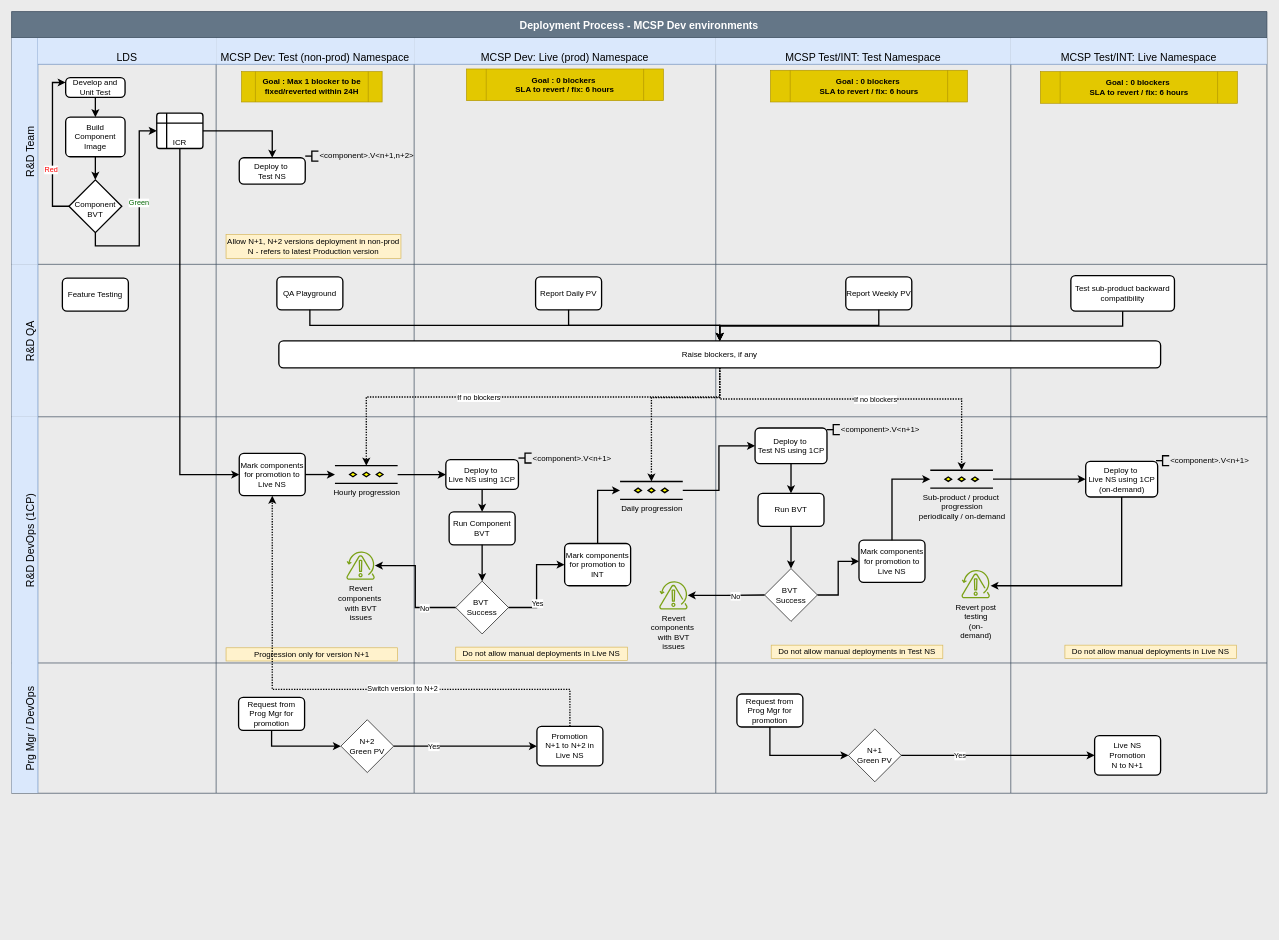
The draw.io diagram page "Dev Env" (1 of 2) of Release process.drawio in prasad-gsk-IBM/myibmrepo-prasad, before the edit. Source tidied: cells renumbered, new cells numbered last; positions are measured from the earlier drawing's top-left corner, leaving out a move shared by most shapes. Both pictures are drawn from the tidied source at 66%, with x=0, y=0 at pixel (11, 11).
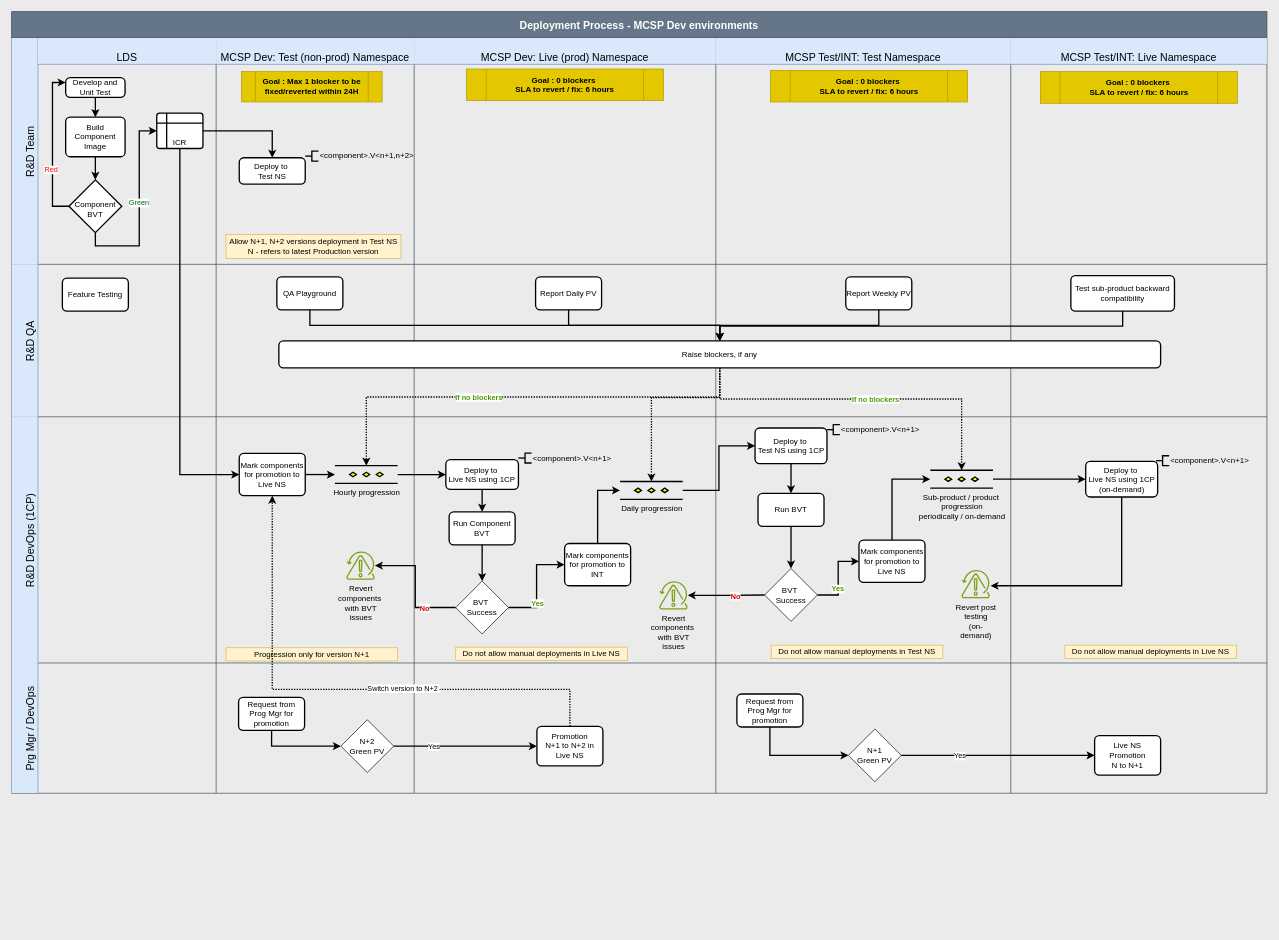
Above is the later version.

The change refers to these unchanged cells:
```xml
<mxCell id="15" value="MCSP Dev: Test (non-prod) Namespace" style="swimlane;swimlaneHead=0;swimlaneBody=0;fontStyle=0;strokeColor=#6c8ebf;fillColor=#dae8fc;startSize=40;fontSize=16;verticalAlign=bottom;" parent="3" vertex="1">
  <mxGeometry x="310" width="300" height="343" as="geometry" />
</mxCell>
<mxCell id="56" style="edgeStyle=orthogonalEdgeStyle;rounded=0;jettySize=auto;html=1;entryX=0;entryY=0.5;entryDx=0;entryDy=0;strokeWidth=2;startArrow=classic;startFill=1;endArrow=none;" parent="50" edge="1" source="61" target="60">
  <mxGeometry relative="1" as="geometry" />
</mxCell>
<mxCell id="64" style="edgeStyle=orthogonalEdgeStyle;rounded=0;jettySize=auto;html=1;exitX=1;exitY=0.5;exitDx=0;exitDy=0;strokeWidth=2;entryX=0;entryY=0.5;entryDx=0;entryDy=0;" parent="50" edge="1" source="60" target="62">
  <mxGeometry relative="1" as="geometry" />
</mxCell>
<mxCell id="68" style="swimlane;swimlaneHead=0;swimlaneBody=0;fontStyle=0;strokeColor=#6c8ebf;fillColor=#dae8fc;startSize=0;fontSize=16;verticalAlign=bottom;" parent="43" vertex="1">
  <mxGeometry x="1067" width="447" height="373" as="geometry" />
</mxCell>
<mxCell id="76" style="edgeStyle=orthogonalEdgeStyle;rounded=0;jettySize=auto;html=1;entryX=0;entryY=0.5;entryDx=0;entryDy=0;strokeWidth=2;exitX=1;exitY=0.5;exitDx=0;exitDy=0;" parent="68" edge="1" source="79" target="81">
  <mxGeometry relative="1" as="geometry" />
</mxCell>
<mxCell id="91" style="edgeStyle=orthogonalEdgeStyle;rounded=0;jettySize=auto;html=1;strokeWidth=2;startArrow=classic;startFill=1;endArrow=none;entryX=0;entryY=0.5;entryDx=0;entryDy=0;" parent="43" edge="1" source="67" target="79">
  <mxGeometry relative="1" as="geometry" />
</mxCell>
<mxCell id="114" style="edgeStyle=orthogonalEdgeStyle;rounded=0;jettySize=auto;html=1;exitX=0.5;exitY=1;exitDx=0;exitDy=0;entryX=0.5;entryY=0;entryDx=0;entryDy=0;strokeWidth=2;dashed=1;dashPattern=1 1;entryPerimeter=0;" parent="2" edge="1" source="37" target="48">
  <mxGeometry relative="1" as="geometry">
    <Array as="points">
      <mxPoint x="1073" y="584" />
      <mxPoint x="537" y="584" />
    </Array>
  </mxGeometry>
</mxCell>
<mxCell id="119" style="edgeStyle=orthogonalEdgeStyle;rounded=0;jettySize=auto;html=1;strokeWidth=2;dashed=1;dashPattern=1 1;exitX=0.5;exitY=1;exitDx=0;exitDy=0;entryX=0.5;entryY=0;entryDx=0;entryDy=0;entryPerimeter=0;" parent="2" edge="1" source="37" target="83">
  <mxGeometry relative="1" as="geometry">
    <Array as="points">
      <mxPoint x="1073" y="587" />
      <mxPoint x="1439" y="587" />
    </Array>
  </mxGeometry>
</mxCell>
```

Change to the diagram source:
```diff
@@
-    <mxCell id="18" value="Allow N+1, N+2 versions deployment in non-prod&lt;div&gt;N - refers to latest Production version&lt;/div&gt;" style="html=1;whiteSpace=wrap;fillColor=#fff2cc;strokeColor=#d6b656;" parent="15" vertex="1">
+    <mxCell id="18" value="Allow N+1, N+2 versions deployment in Test NS&lt;div&gt;N - refers to latest Production version&lt;/div&gt;" style="html=1;whiteSpace=wrap;fillColor=#fff2cc;strokeColor=#d6b656;" parent="15" vertex="1">
       <mxGeometry x="15" y="298" width="265" height="36" as="geometry" />
     </mxCell>
@@
-    <mxCell id="57" value="No" style="edgeLabel;html=1;align=center;verticalAlign=middle;" parent="56" vertex="1">
+    <mxCell id="57" value="&lt;font style=&quot;color: rgb(204, 0, 0);&quot;&gt;&lt;b&gt;No&lt;/b&gt;&lt;/font&gt;" style="edgeLabel;html=1;align=center;verticalAlign=middle;" parent="56" vertex="1">
       <mxGeometry x="0.49" relative="1" as="geometry" />
     </mxCell>
@@
-    <mxCell id="65" value="Yes" style="edgeLabel;html=1;align=center;verticalAlign=middle;" parent="64" vertex="1">
+    <mxCell id="65" value="&lt;font style=&quot;color: rgb(77, 153, 0);&quot;&gt;&lt;b&gt;Yes&lt;/b&gt;&lt;/font&gt;" style="edgeLabel;html=1;align=center;verticalAlign=middle;" parent="64" vertex="1">
       <mxGeometry x="-0.34" y="-1" relative="1" as="geometry" />
     </mxCell>
@@
-    <mxCell id="72" style="swimlane;swimlaneHead=0;swimlaneBody=0;fontStyle=0;strokeColor=#6c8ebf;fillColor=#dae8fc;startSize=0;fontSize=16;verticalAlign=bottom;" parent="68" vertex="1">
-      <mxGeometry x="369" y="580" width="274" height="195" as="geometry" />
-    </mxCell>
@@
+    <mxCell id="121" value="&lt;font style=&quot;color: rgb(77, 153, 0);&quot;&gt;&lt;b&gt;Yes&lt;/b&gt;&lt;/font&gt;" style="edgeLabel;html=1;align=center;verticalAlign=middle;" parent="76" vertex="1">
+      <mxGeometry x="-0.27" y="2" relative="1" as="geometry">
+        <mxPoint x="1" y="1" as="offset" />
+      </mxGeometry>
+    </mxCell>
@@
-    <mxCell id="92" value="No" style="edgeLabel;html=1;align=center;verticalAlign=middle;" parent="91" vertex="1">
+    <mxCell id="92" value="&lt;b&gt;&lt;font style=&quot;color: rgb(204, 0, 0);&quot;&gt;No&lt;/font&gt;&lt;/b&gt;" style="edgeLabel;html=1;align=center;verticalAlign=middle;" parent="91" vertex="1">
       <mxGeometry x="0.24" relative="1" as="geometry">
         <mxPoint y="1" as="offset" />
       </mxGeometry>
     </mxCell>
@@
-    <mxCell id="115" value="If no blockers" style="edgeLabel;html=1;align=center;verticalAlign=middle;" parent="114" vertex="1">
+    <mxCell id="115" value="&lt;font style=&quot;color: rgb(77, 153, 0);&quot;&gt;&lt;b&gt;If no blockers&lt;/b&gt;&lt;/font&gt;" style="edgeLabel;html=1;align=center;verticalAlign=middle;" parent="114" vertex="1">
       <mxGeometry x="0.2" relative="1" as="geometry" />
     </mxCell>
@@
-    <mxCell id="120" value="If no blockers" style="edgeLabel;html=1;align=center;verticalAlign=middle;" parent="119" vertex="1">
+    <mxCell id="120" value="&lt;font style=&quot;color: rgb(77, 153, 0);&quot;&gt;&lt;b&gt;If no blockers&lt;/b&gt;&lt;/font&gt;" style="edgeLabel;html=1;align=center;verticalAlign=middle;" parent="119" vertex="1">
       <mxGeometry x="0.08" relative="1" as="geometry" />
     </mxCell>
```
